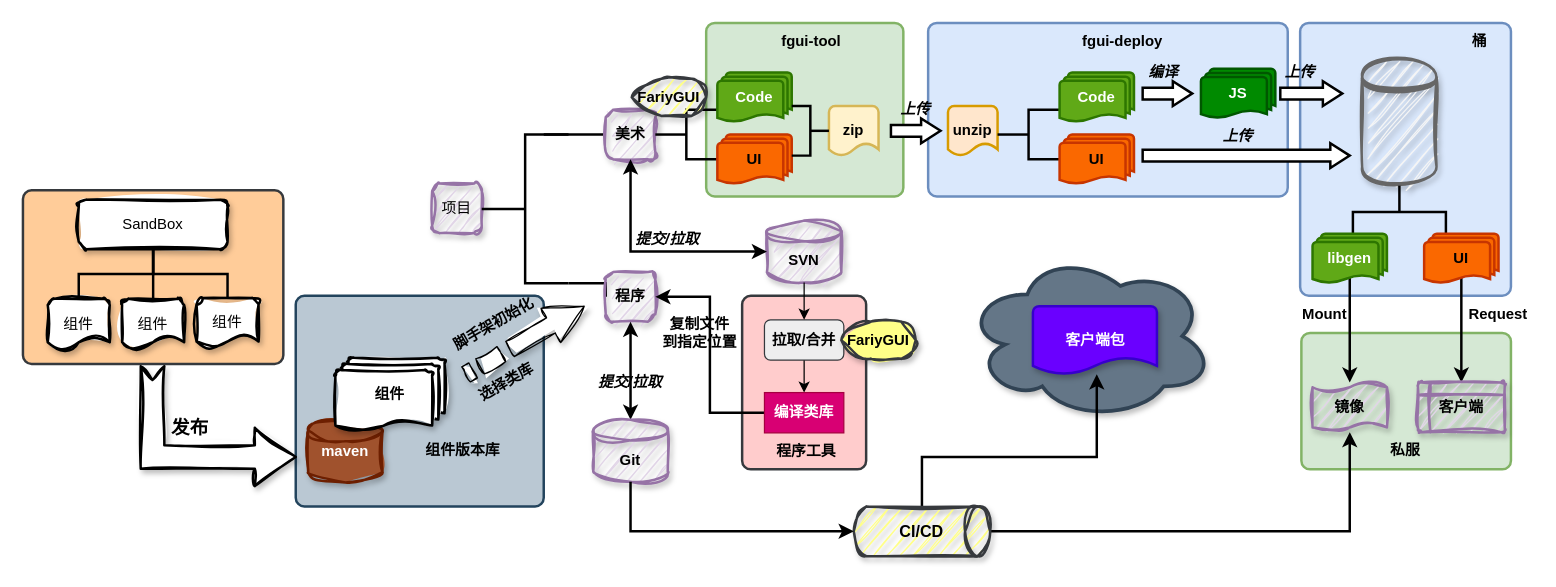
Earlier version of the draw.io diagram 模版发布流水线.drawio (rgbwoo/draw-io). Source tidied: cells renumbered, new cells numbered last; positions are measured from the earlier drawing's top-left corner, leaving out a move shared by most shapes. Both pictures are drawn from the tidied source at 124%, with x=0, y=0 at pixel (22, 22).
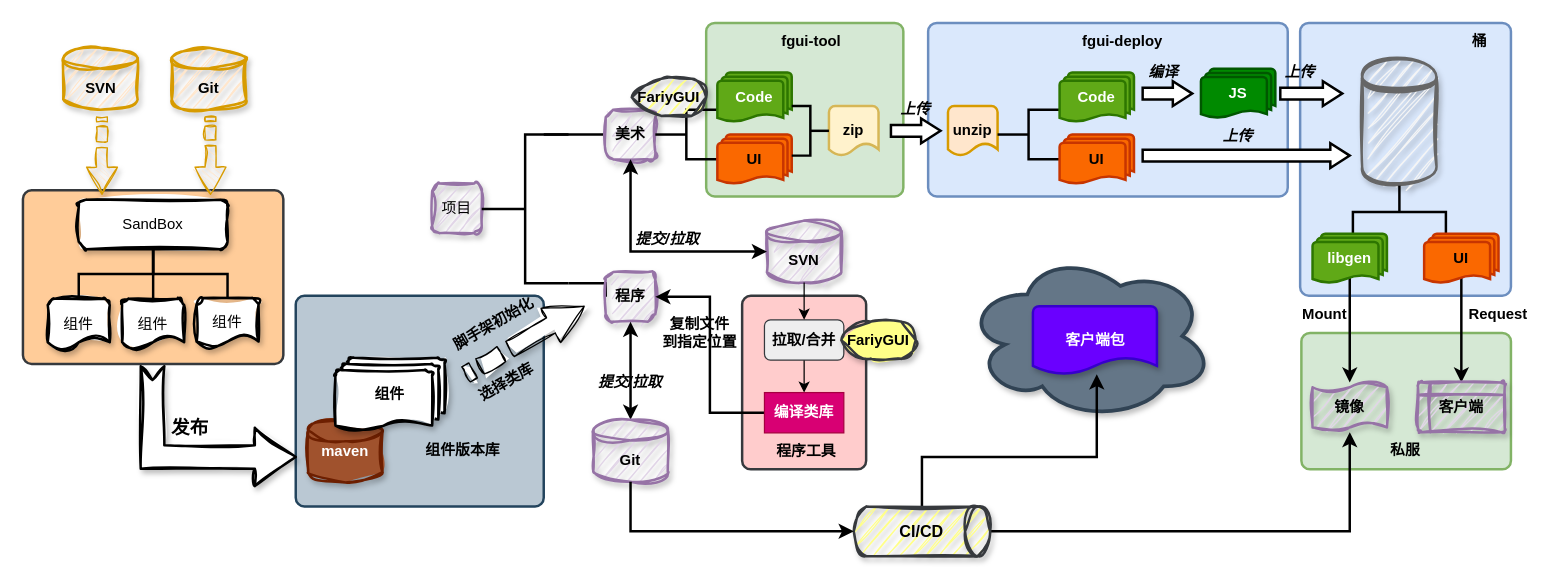
The same page after the edit.

Commit message:
更新模版发布流水线.drawio

What changed in the source:
```diff
@@
+    <mxCell id="83" value="&lt;div&gt;&lt;br&gt;&lt;/div&gt;SVN" style="strokeWidth=2;html=1;shape=mxgraph.flowchart.database;whiteSpace=wrap;fontStyle=1;sketch=1;curveFitting=1;jiggle=2;shadow=1;fillColor=#ffe6cc;strokeColor=#d79b00;" parent="1" vertex="1">
+      <mxGeometry x="32.5" y="20" width="60" height="50" as="geometry" />
+    </mxCell>
+    <mxCell id="84" value="&lt;div&gt;&lt;br&gt;&lt;/div&gt;Git&lt;div&gt;&lt;/div&gt;" style="strokeWidth=2;html=1;shape=mxgraph.flowchart.database;whiteSpace=wrap;fontStyle=1;horizontal=1;sketch=1;curveFitting=1;jiggle=2;shadow=1;fillColor=#ffe6cc;strokeColor=#d79b00;" parent="1" vertex="1">
+      <mxGeometry x="120" y="20" width="60" height="50" as="geometry" />
+    </mxCell>
+    <mxCell id="85" style="html=1;shadow=1;dashed=0;align=center;verticalAlign=middle;shape=mxgraph.arrows2.stripedArrow;dy=0.65;dx=22;notch=25;rotation=90;sketch=1;curveFitting=1;jiggle=2;fillColor=#ffe6cc;strokeColor=#d79b00;" parent="1" vertex="1">
+      <mxGeometry x="32.5" y="94.5" width="62.5" height="25" as="geometry" />
+    </mxCell>
+    <mxCell id="86" style="html=1;shadow=1;dashed=0;align=center;verticalAlign=middle;shape=mxgraph.arrows2.stripedArrow;dy=0.65;dx=22;notch=23.25;rotation=90;sketch=1;curveFitting=1;jiggle=2;fillColor=#ffe6cc;strokeColor=#d79b00;" parent="1" vertex="1">
+      <mxGeometry x="120" y="94.5" width="62.5" height="25" as="geometry" />
+    </mxCell>
```
